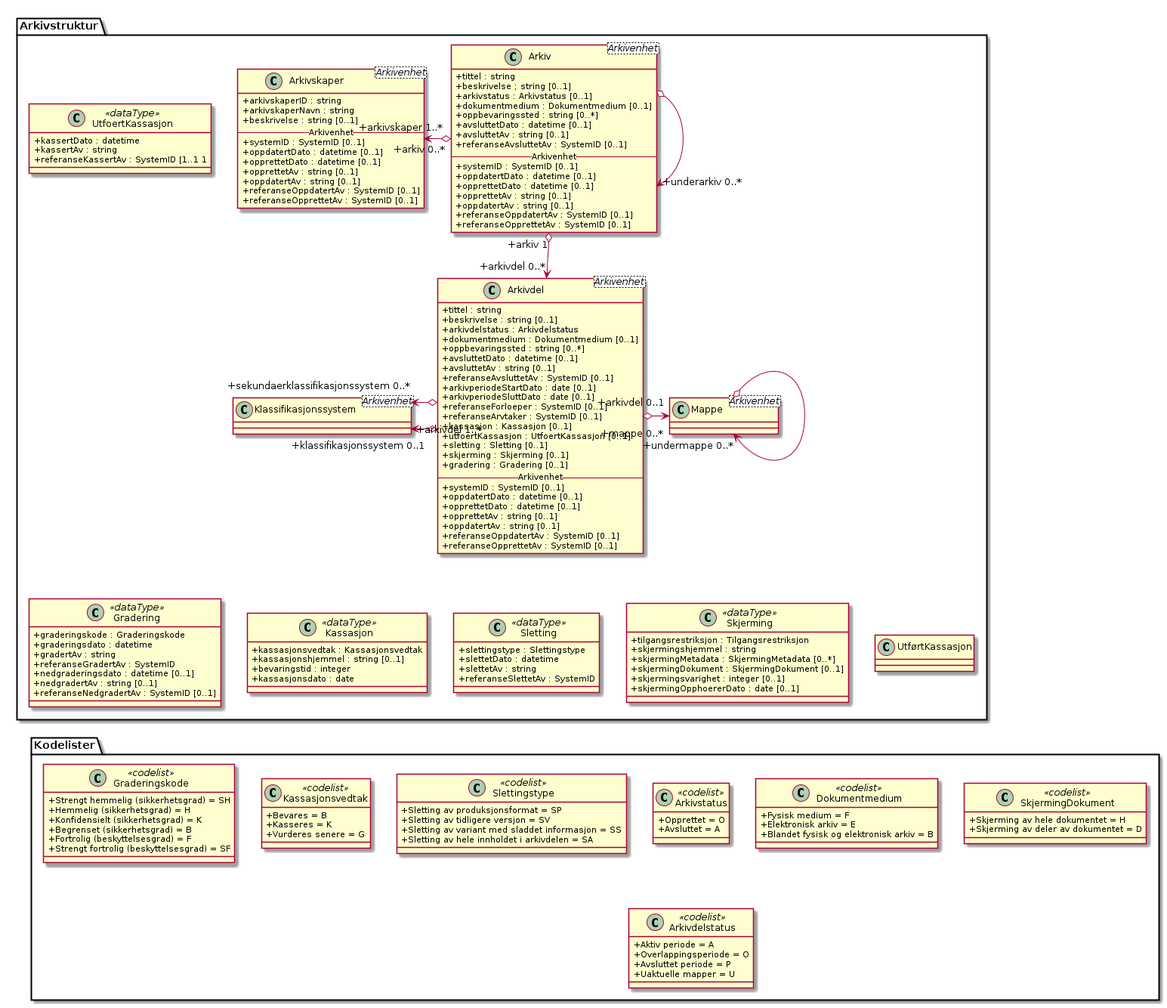
Above: kapitler/media/uml-arkivstruktur-arkiv-og-arkivdel.png in arkivverket/noark5-tjenestegrensesnitt-standard (PlantUML), before the change.
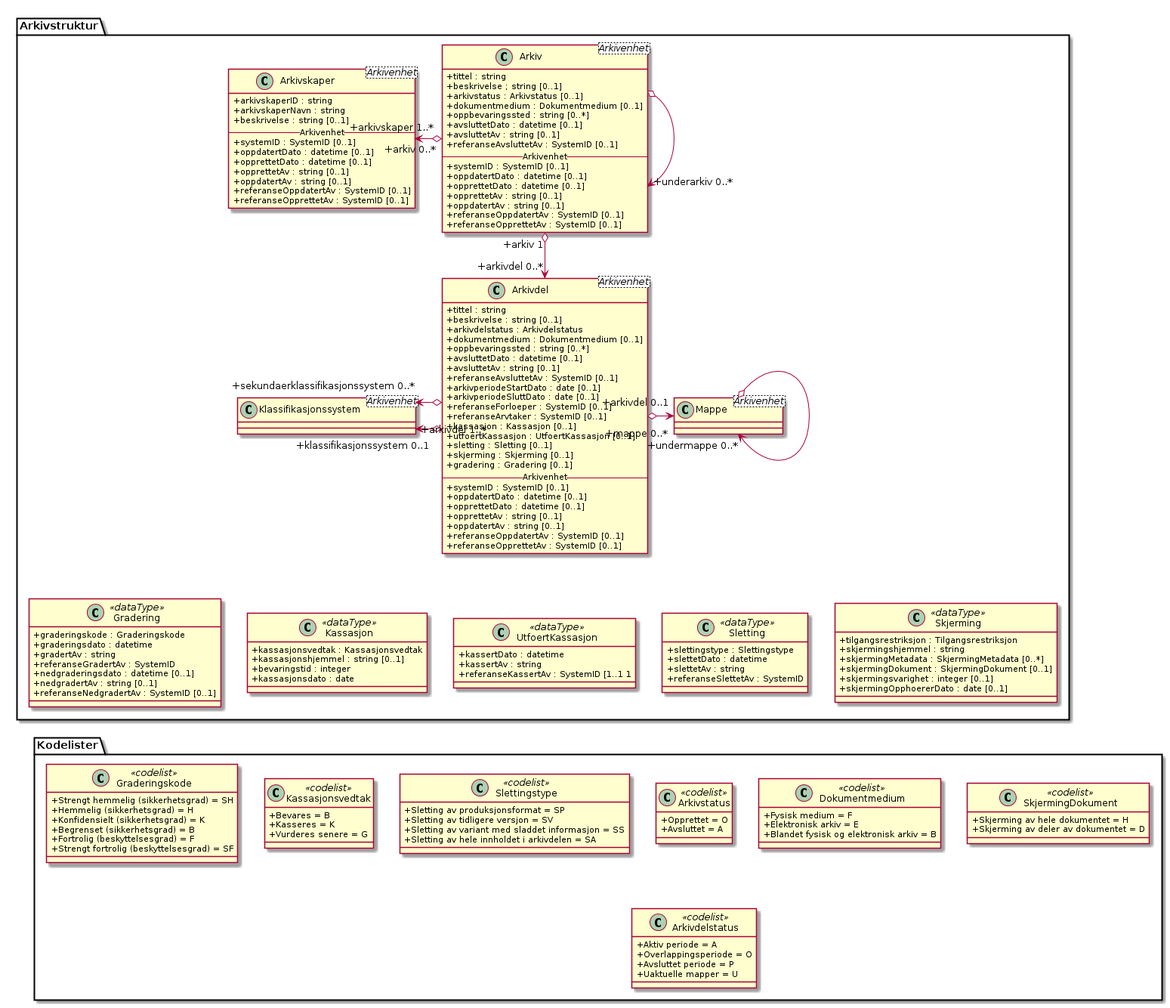
The same diagram one commit later.

What changed in the source:
```diff
@@ -147,7 +147,7 @@
 
 Arkivstruktur.Arkivdel <-[hidden]- Arkivstruktur.Sletting
 Arkivstruktur.Arkivdel <-[hidden]- Arkivstruktur.Kassasjon
-Arkivstruktur.Arkivdel <-[hidden]- Arkivstruktur.UtførtKassasjon
+Arkivstruktur.Arkivdel <-[hidden]- Arkivstruktur.UtfoertKassasjon
 Arkivstruktur.Arkivdel <-[hidden]- Arkivstruktur.Skjerming
 Arkivstruktur.Arkivdel <-[hidden]- Arkivstruktur.Gradering
 Arkivstruktur.Sletting <-[hidden]- Kodelister.Slettingstype
```
